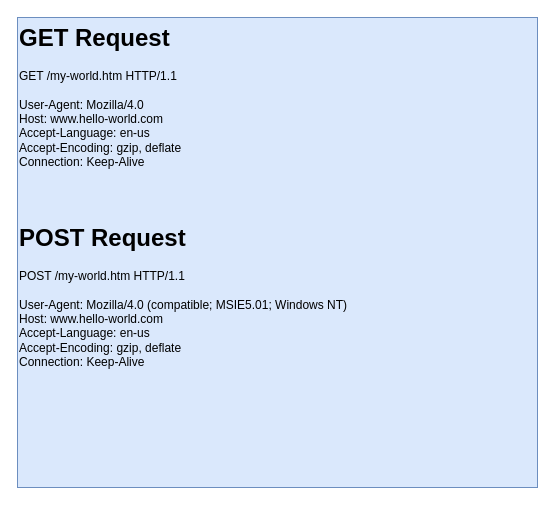
Before: Http-Request.drawio in majbah08/blog-related-drawings, a draw.io diagram. Source tidied: cells renumbered, new cells numbered last; positions are measured from the earlier drawing's top-left corner, leaving out a move shared by most shapes. Both pictures are drawn from the tidied source at 100%, with x=0, y=0 at pixel (17, 17).
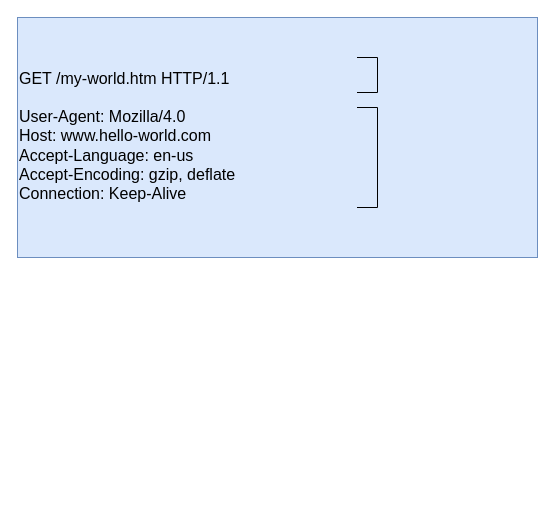
The same page after the edit.

The edit, as a diff of the source:
```diff
@@
 <mxGraphModel>
   <root>
     <mxCell id="0" />
     <mxCell id="1" parent="0" />
     <mxCell id="2" style="rounded=0;whiteSpace=wrap;html=1;fillColor=#dae8fc;strokeColor=#6c8ebf;align=left;" parent="1" vertex="1">
-      <mxGeometry width="520" height="470" as="geometry" />
+      <mxGeometry width="520" height="240" as="geometry" />
     </mxCell>
-    <mxCell id="3" value="&lt;h1 style=&quot;margin-top: 0px;&quot;&gt;GET Request&lt;/h1&gt;&lt;div&gt;GET /my-world.htm HTTP/1.1&lt;/div&gt;&lt;div&gt;&lt;br&gt;&lt;/div&gt;&lt;div&gt;User-Agent: Mozilla/4.0&amp;nbsp;&lt;/div&gt;&lt;div&gt;Host: www.hello-world.com&lt;/div&gt;&lt;div&gt;Accept-Language: en-us&lt;/div&gt;&lt;div&gt;Accept-Encoding: gzip, deflate&lt;/div&gt;&lt;div&gt;Connection: Keep-Alive&lt;/div&gt;" style="text;html=1;whiteSpace=wrap;overflow=hidden;rounded=0;" parent="1" vertex="1">
-      <mxGeometry width="520" height="200" as="geometry" />
+    <mxCell id="3" value="&lt;h1 style=&quot;margin-top: 0px;&quot;&gt;&lt;br&gt;&lt;/h1&gt;&lt;div&gt;&lt;font size=&quot;3&quot;&gt;GET /my-world.htm HTTP/1.1&lt;/font&gt;&lt;/div&gt;&lt;div&gt;&lt;font size=&quot;3&quot;&gt;&lt;br&gt;&lt;/font&gt;&lt;/div&gt;&lt;div&gt;&lt;font size=&quot;3&quot;&gt;User-Agent: Mozilla/4.0&amp;nbsp;&lt;/font&gt;&lt;/div&gt;&lt;div&gt;&lt;font size=&quot;3&quot;&gt;Host: www.hello-world.com&lt;/font&gt;&lt;/div&gt;&lt;div&gt;&lt;font size=&quot;3&quot;&gt;Accept-Language: en-us&lt;/font&gt;&lt;/div&gt;&lt;div&gt;&lt;font size=&quot;3&quot;&gt;Accept-Encoding: gzip, deflate&lt;/font&gt;&lt;/div&gt;&lt;div&gt;&lt;font size=&quot;3&quot;&gt;Connection: Keep-Alive&lt;/font&gt;&lt;/div&gt;" style="text;html=1;whiteSpace=wrap;overflow=hidden;rounded=0;" parent="1" vertex="1">
+      <mxGeometry width="520" height="240" as="geometry" />
     </mxCell>
-    <mxCell id="4" value="&lt;h1 style=&quot;margin-top: 0px;&quot;&gt;POST Request&lt;/h1&gt;&lt;div&gt;POST /my-world.htm HTTP/1.1&lt;/div&gt;&lt;div&gt;&lt;br&gt;&lt;/div&gt;&lt;div&gt;User-Agent: Mozilla/4.0 (compatible; MSIE5.01; Windows NT)&lt;/div&gt;&lt;div&gt;Host: www.hello-world.com&lt;/div&gt;&lt;div&gt;Accept-Language: en-us&lt;/div&gt;&lt;div&gt;Accept-Encoding: gzip, deflate&lt;/div&gt;&lt;div&gt;Connection: Keep-Alive&lt;/div&gt;" style="text;html=1;whiteSpace=wrap;overflow=hidden;rounded=0;" parent="1" vertex="1">
-      <mxGeometry y="200" width="520" height="240" as="geometry" />
-    </mxCell>
+    <mxCell id="5" style="shape=partialRectangle;whiteSpace=wrap;html=1;bottom=1;right=1;left=1;top=0;fillColor=none;routingCenterX=-0.5;rotation=-90;" parent="1" vertex="1">
+      <mxGeometry x="300" y="130" width="100" height="20" as="geometry" />
+    </mxCell>
+    <mxCell id="6" style="shape=partialRectangle;whiteSpace=wrap;html=1;bottom=1;right=1;left=1;top=0;fillColor=none;routingCenterX=-0.5;rotation=-90;" parent="1" vertex="1">
+      <mxGeometry x="332.5" y="47.5" width="35" height="20" as="geometry" />
+    </mxCell>
   </root>
 </mxGraphModel>
```
